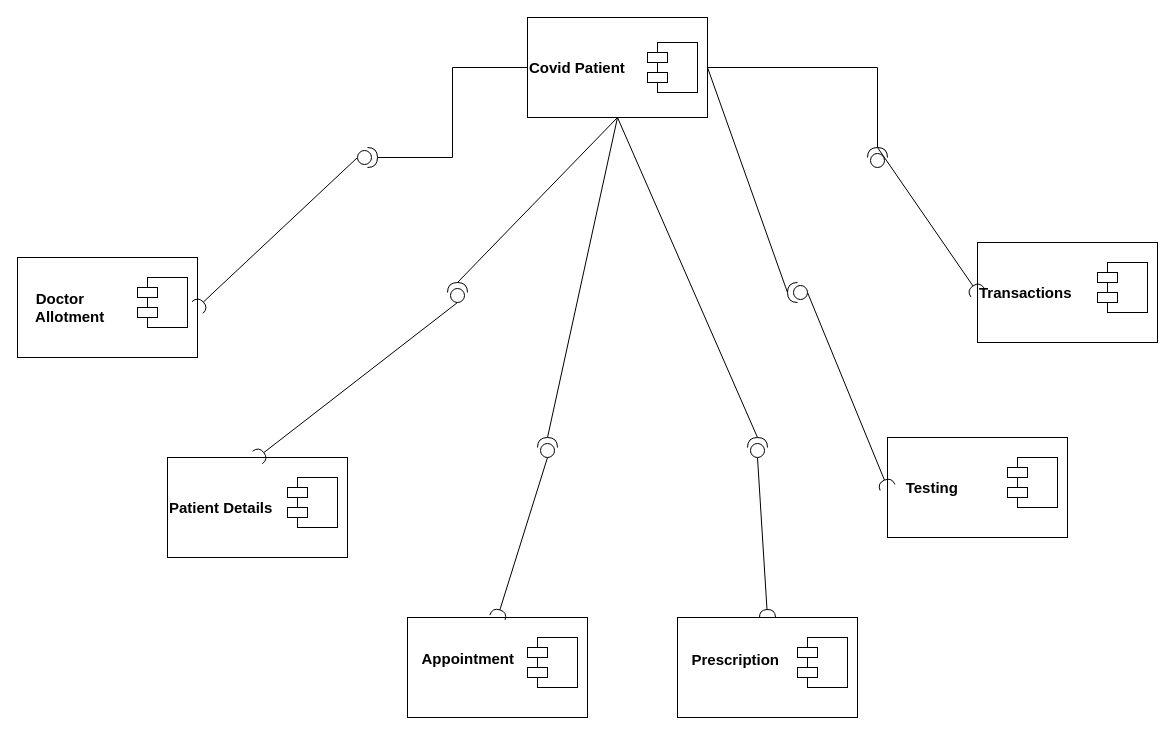
28-shravya/Hello__world keeps this draw.io diagram as Untitled Diagram.drawio. Above is the earlier version. Source tidied: cells renumbered, new cells numbered last; positions are measured from the earlier drawing's top-left corner, leaving out a move shared by most shapes. Both pictures are drawn from the tidied source at 100%, with x=0, y=0 at pixel (17, 17).
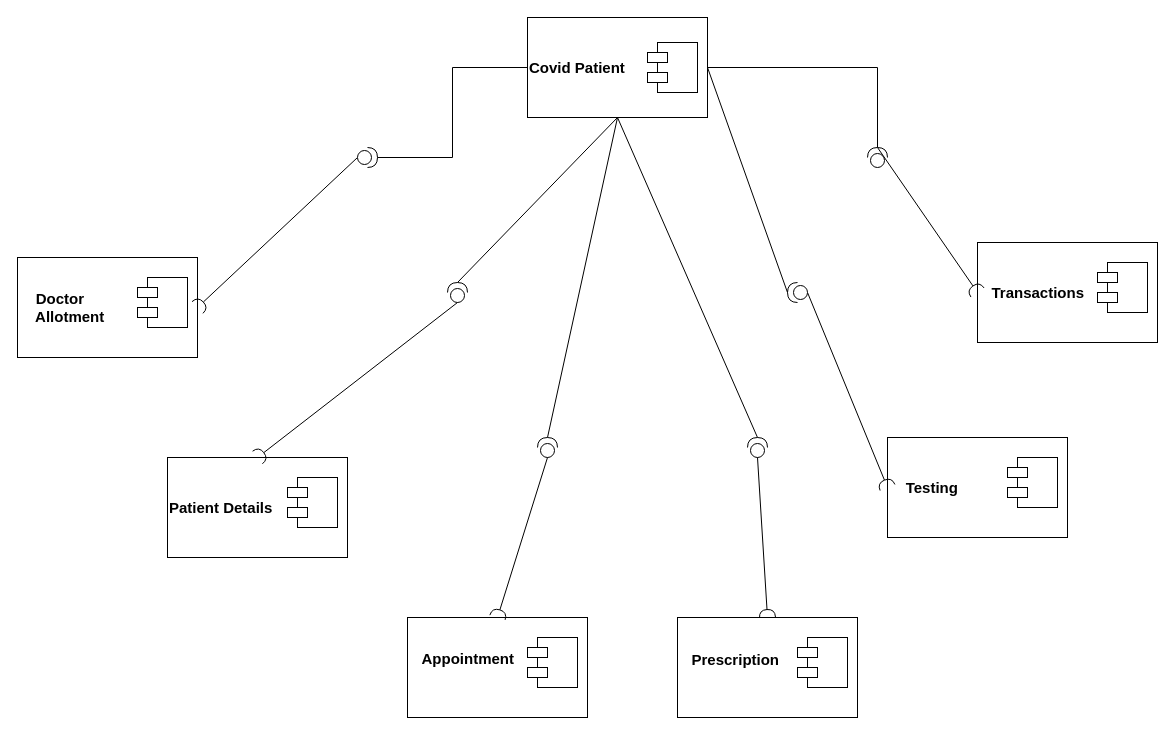
Above is the later version.

Change to the diagram source:
```diff
@@
-    <mxCell id="42" value="&lt;b&gt;&lt;font style=&quot;font-size: 15px&quot;&gt;Transactions&lt;/font&gt;&lt;/b&gt;" style="rounded=0;whiteSpace=wrap;html=1;align=left;" parent="1" vertex="1">
+    <mxCell id="42" value="&lt;b&gt;&lt;font style=&quot;font-size: 15px&quot;&gt;&amp;nbsp; &amp;nbsp;Transactions&lt;/font&gt;&lt;/b&gt;" style="rounded=0;whiteSpace=wrap;html=1;align=left;" parent="1" vertex="1">
       <mxGeometry x="960" y="225" width="180" height="100" as="geometry" />
     </mxCell>
```
